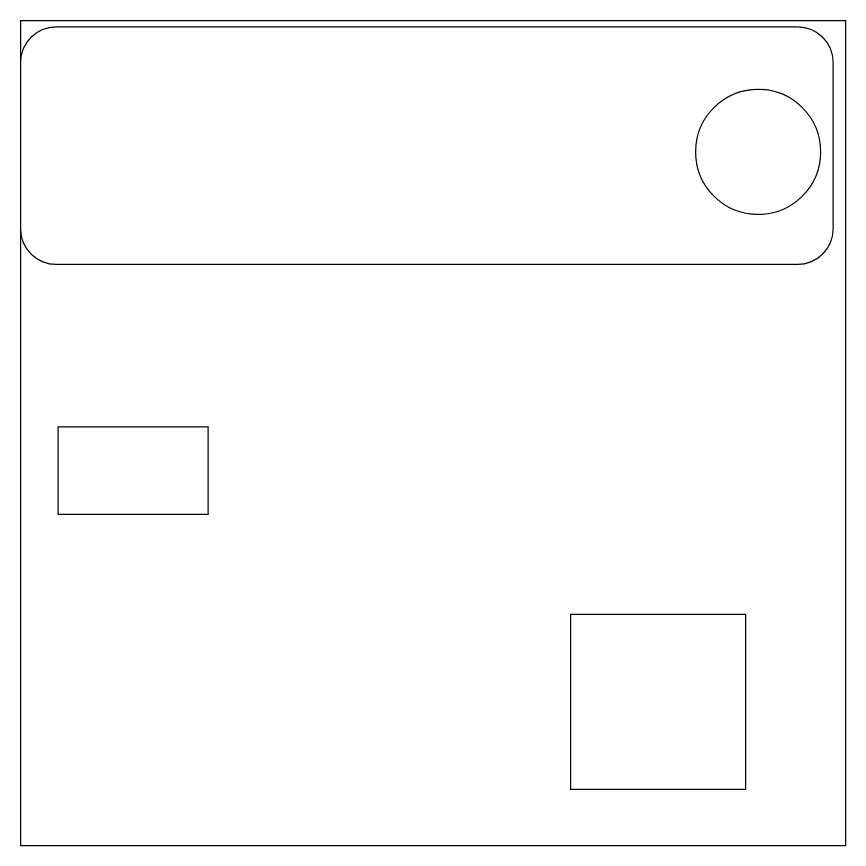
Davi-Corradi/curriculo-davi-corradi keeps this draw.io diagram as Diagrama sem nome.drawio. Above is the earlier version. Source tidied: cells renumbered, new cells numbered last; positions are measured from the earlier drawing's top-left corner, leaving out a move shared by most shapes. Both pictures are drawn from the tidied source at 125%, with x=0, y=0 at pixel (20, 20).
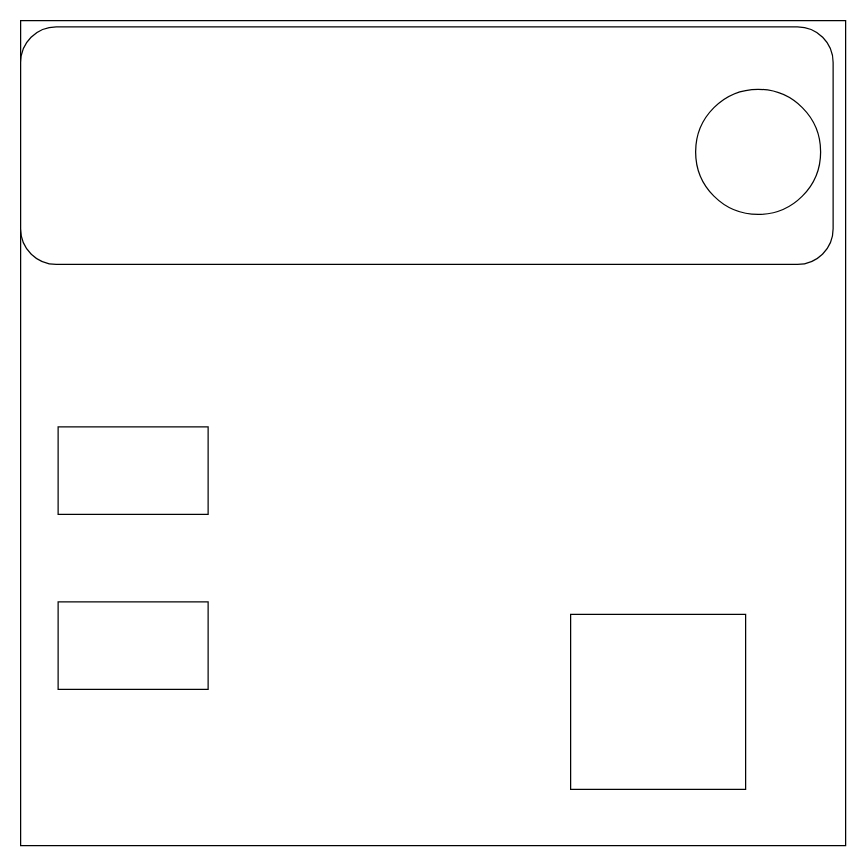
After the change.

What changed in the source:
```diff
@@
 <mxGraphModel>
   <root>
     <mxCell id="0" />
     <mxCell id="1" parent="0" />
     <mxCell id="2" style="whiteSpace=wrap;html=1;" parent="1" vertex="1">
       <mxGeometry width="660" height="660" as="geometry" />
     </mxCell>
     <mxCell id="3" style="rounded=1;whiteSpace=wrap;html=1;" parent="1" vertex="1">
       <mxGeometry y="5" width="650" height="190" as="geometry" />
     </mxCell>
     <mxCell id="4" style="ellipse;whiteSpace=wrap;html=1;" parent="1" vertex="1">
       <mxGeometry x="540" y="55" width="100" height="100" as="geometry" />
     </mxCell>
     <mxCell id="5" style="rounded=0;whiteSpace=wrap;html=1;" parent="1" vertex="1">
       <mxGeometry x="30" y="325" width="120" height="70" as="geometry" />
     </mxCell>
     <mxCell id="6" style="whiteSpace=wrap;html=1;" parent="1" vertex="1">
       <mxGeometry x="440" y="475" width="140" height="140" as="geometry" />
     </mxCell>
+    <mxCell id="7" style="rounded=0;whiteSpace=wrap;html=1;" parent="1" vertex="1">
+      <mxGeometry x="30" y="465" width="120" height="70" as="geometry" />
+    </mxCell>
   </root>
 </mxGraphModel>
```
